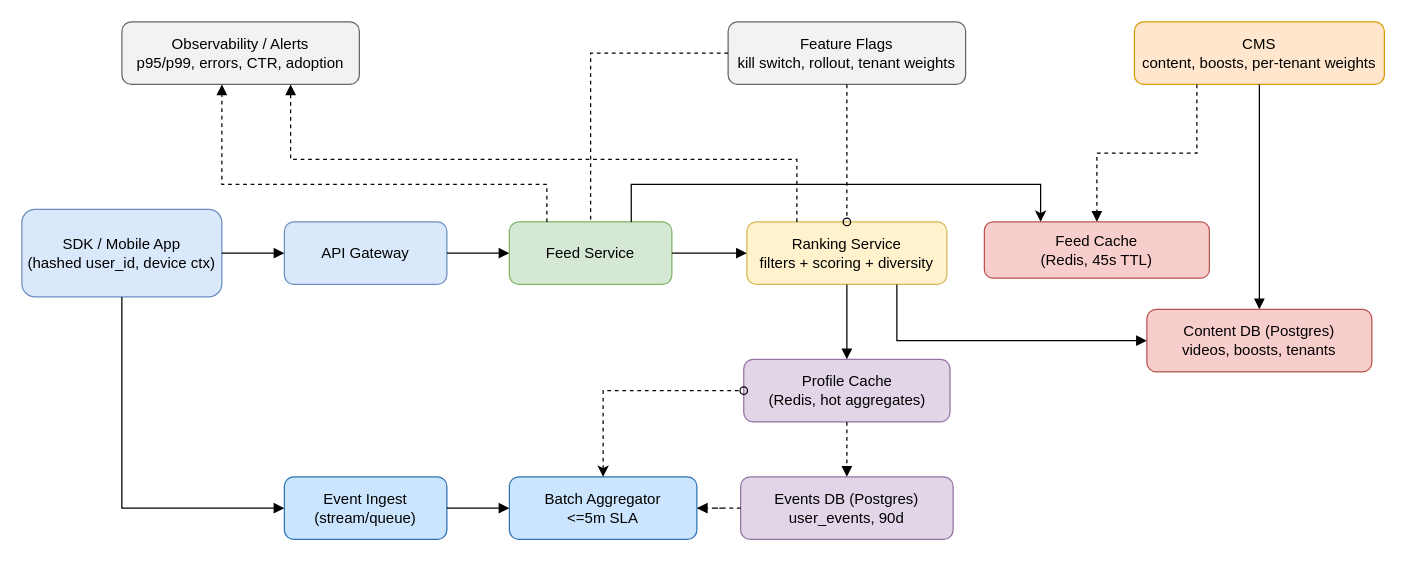
This is docs/arch-personalized-feed.drawio from artemmanaenko/st-test-task, a draw.io file, before an edit. Source tidied: cells renumbered, new cells numbered last; positions are measured from the earlier drawing's top-left corner, leaving out a move shared by most shapes. Both pictures are drawn from the tidied source at 125%, with x=0, y=0 at pixel (21, 21).
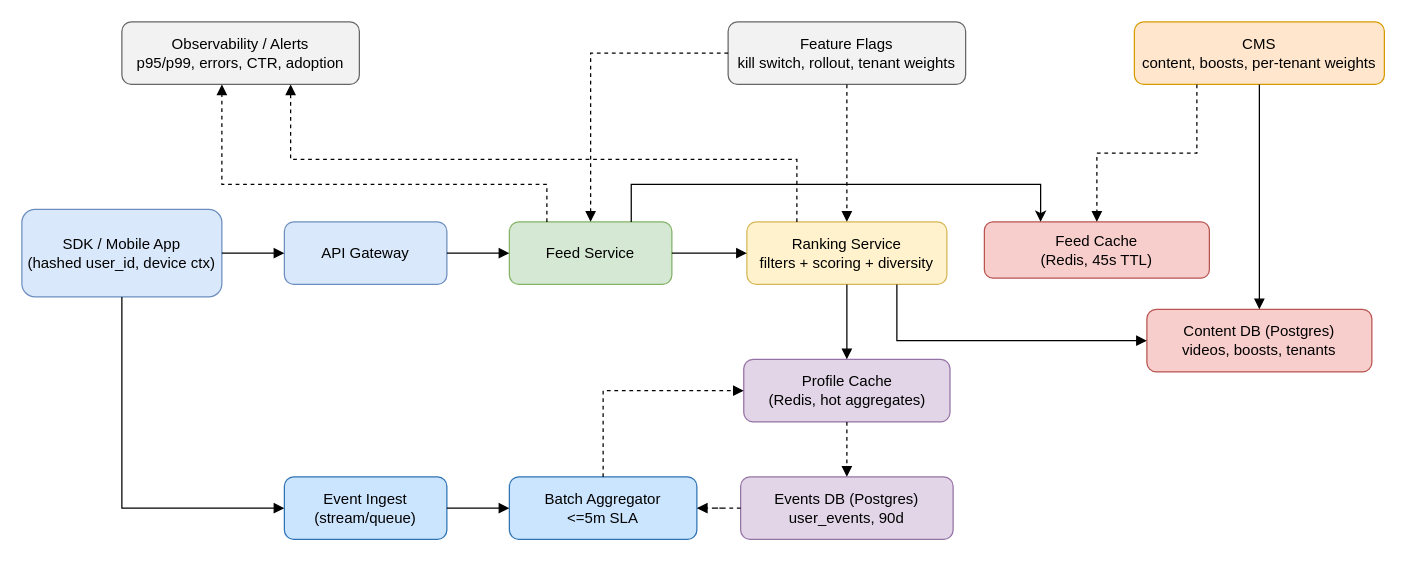
After the change.

Commit message (it also covers changes not shown here):
Update design doc and architecture diagram

Unchanged cells that the change refers to:
```xml
<mxCell id="4" value="Feed Service" style="rounded=1;whiteSpace=wrap;html=1;fillColor=#d5e8d4;strokeColor=#82b366;" parent="1" vertex="1">
  <mxGeometry x="390" y="160" width="130" height="50" as="geometry" />
</mxCell>
<mxCell id="5" value="Ranking Service&#10;filters + scoring + diversity" style="rounded=1;whiteSpace=wrap;html=1;fillColor=#fff2cc;strokeColor=#d6b656;" parent="1" vertex="1">
  <mxGeometry x="580" y="160" width="160" height="50" as="geometry" />
</mxCell>
<mxCell id="8" value="Profile Cache&#10;(Redis, hot aggregates)" style="rounded=1;whiteSpace=wrap;html=1;fillColor=#e1d5e7;strokeColor=#9673a6;" parent="1" vertex="1">
  <mxGeometry x="577.5" y="270" width="165" height="50" as="geometry" />
</mxCell>
<mxCell id="12" value="Batch Aggregator&#10;&lt;=5m SLA" style="rounded=1;whiteSpace=wrap;html=1;fillColor=#cce5ff;strokeColor=#2e73b4;" parent="1" vertex="1">
  <mxGeometry x="390" y="364" width="150" height="50" as="geometry" />
</mxCell>
<mxCell id="13" value="Feature Flags&lt;br&gt;kill switch, rollout, tenant weights" style="rounded=1;whiteSpace=wrap;html=1;fillColor=#f2f2f2;strokeColor=#666666;" parent="1" vertex="1">
  <mxGeometry x="565" width="190" height="50" as="geometry" />
</mxCell>
```

What changed in the source:
```diff
@@
-    <mxCell id="26" style="edgeStyle=orthogonalEdgeStyle;rounded=0;jettySize=auto;html=1;endArrow=oval;endFill=0;dashed=1;exitX=0.5;exitY=0;exitDx=0;exitDy=0;entryX=0;entryY=0.5;entryDx=0;entryDy=0;startArrow=classic;startFill=1;" parent="1" edge="1" source="12" target="8">
+    <mxCell id="26" style="edgeStyle=orthogonalEdgeStyle;rounded=0;jettySize=auto;html=1;endArrow=block;endFill=1;dashed=1;exitX=0.5;exitY=0;exitDx=0;exitDy=0;entryX=0;entryY=0.5;entryDx=0;entryDy=0;" parent="1" edge="1" source="12" target="8">
       <mxGeometry relative="1" as="geometry" />
     </mxCell>
-    <mxCell id="27" style="edgeStyle=orthogonalEdgeStyle;rounded=0;jettySize=auto;html=1;endArrow=none;endFill=0;dashed=1;entryX=0.5;entryY=0;entryDx=0;entryDy=0;" parent="1" edge="1" source="13" target="4">
+    <mxCell id="27" style="edgeStyle=orthogonalEdgeStyle;rounded=0;jettySize=auto;html=1;endArrow=block;endFill=1;dashed=1;entryX=0.5;entryY=0;entryDx=0;entryDy=0;" parent="1" edge="1" source="13" target="4">
       <mxGeometry relative="1" as="geometry" />
     </mxCell>
-    <mxCell id="28" style="edgeStyle=orthogonalEdgeStyle;rounded=0;jettySize=auto;html=1;endArrow=oval;endFill=0;dashed=1;" parent="1" edge="1" source="13" target="5">
+    <mxCell id="28" style="edgeStyle=orthogonalEdgeStyle;rounded=0;jettySize=auto;html=1;endArrow=block;endFill=1;dashed=1;" parent="1" edge="1" source="13" target="5">
       <mxGeometry relative="1" as="geometry" />
     </mxCell>
```
